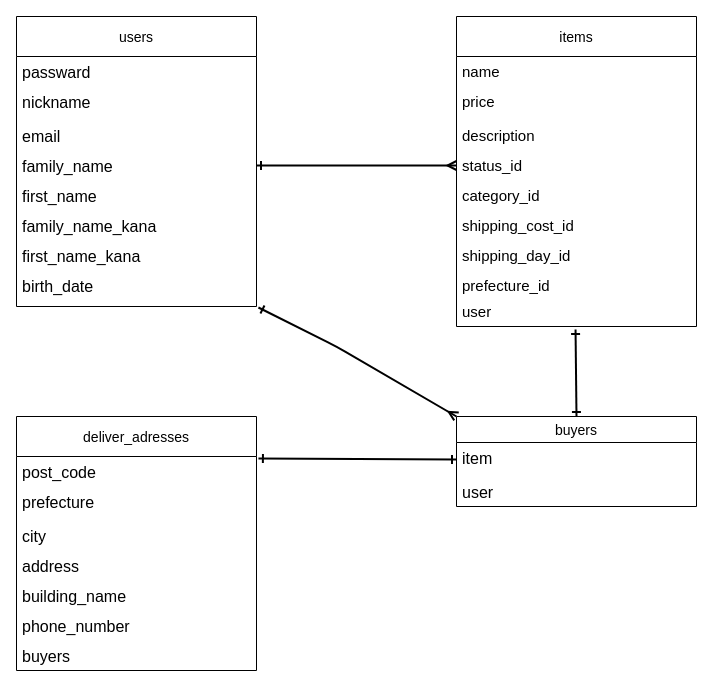
Earlier version of the draw.io diagram ER.dio (YugamiHiroto/furima-37737). Source tidied: cells renumbered, new cells numbered last; positions are measured from the earlier drawing's top-left corner, leaving out a move shared by most shapes. Both pictures are drawn from the tidied source at 100%, with x=0, y=0 at pixel (16, 16).
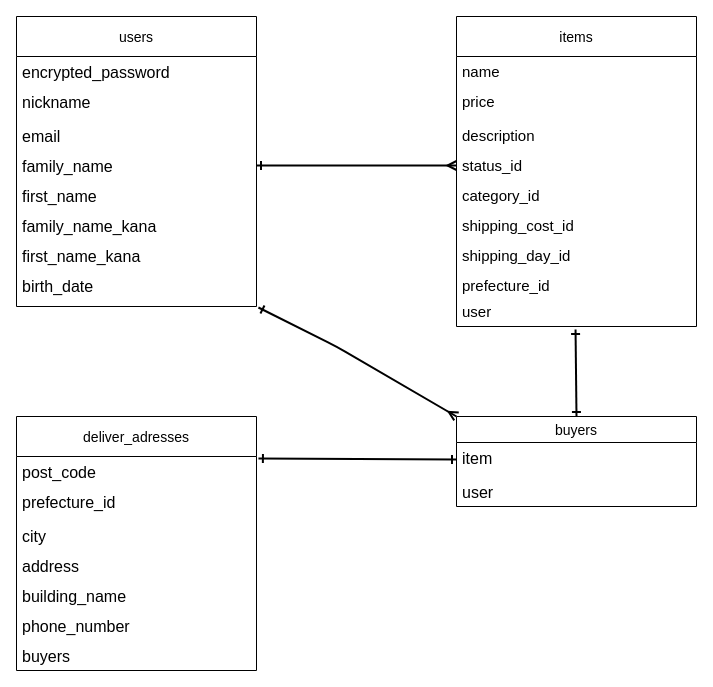
After the change.

Unchanged cells that the change refers to:
```xml
<mxCell id="2" value="users" style="swimlane;fontStyle=0;horizontal=1;startSize=40;align=center;fontSize=14;direction=east;labelBackgroundColor=default;" parent="1" vertex="1">
  <mxGeometry width="240" height="290" as="geometry" />
</mxCell>
<mxCell id="27" value="deliver_adresses" style="swimlane;fontStyle=0;horizontal=1;startSize=40;align=center;fontSize=14;direction=east;labelBackgroundColor=default;" parent="1" vertex="1">
  <mxGeometry y="400" width="240" height="254" as="geometry" />
</mxCell>
```

The edit, as a diff of the source:
```diff
@@
-    <mxCell id="3" value="passward  " style="text;strokeColor=none;fillColor=none;spacingLeft=4;spacingRight=4;overflow=hidden;fontSize=16;" parent="2" vertex="1">
+    <mxCell id="3" value="encrypted_password" style="text;strokeColor=none;fillColor=none;spacingLeft=4;spacingRight=4;overflow=hidden;fontSize=16;" parent="2" vertex="1">
       <mxGeometry y="40" width="240" height="30" as="geometry" />
     </mxCell>
@@
-    <mxCell id="29" value="prefecture" style="text;strokeColor=none;fillColor=none;spacingLeft=4;spacingRight=4;overflow=hidden;fontSize=16;" parent="27" vertex="1">
+    <mxCell id="29" value="prefecture_id" style="text;strokeColor=none;fillColor=none;spacingLeft=4;spacingRight=4;overflow=hidden;fontSize=16;" parent="27" vertex="1">
       <mxGeometry y="70" width="240" height="34" as="geometry" />
     </mxCell>
```
